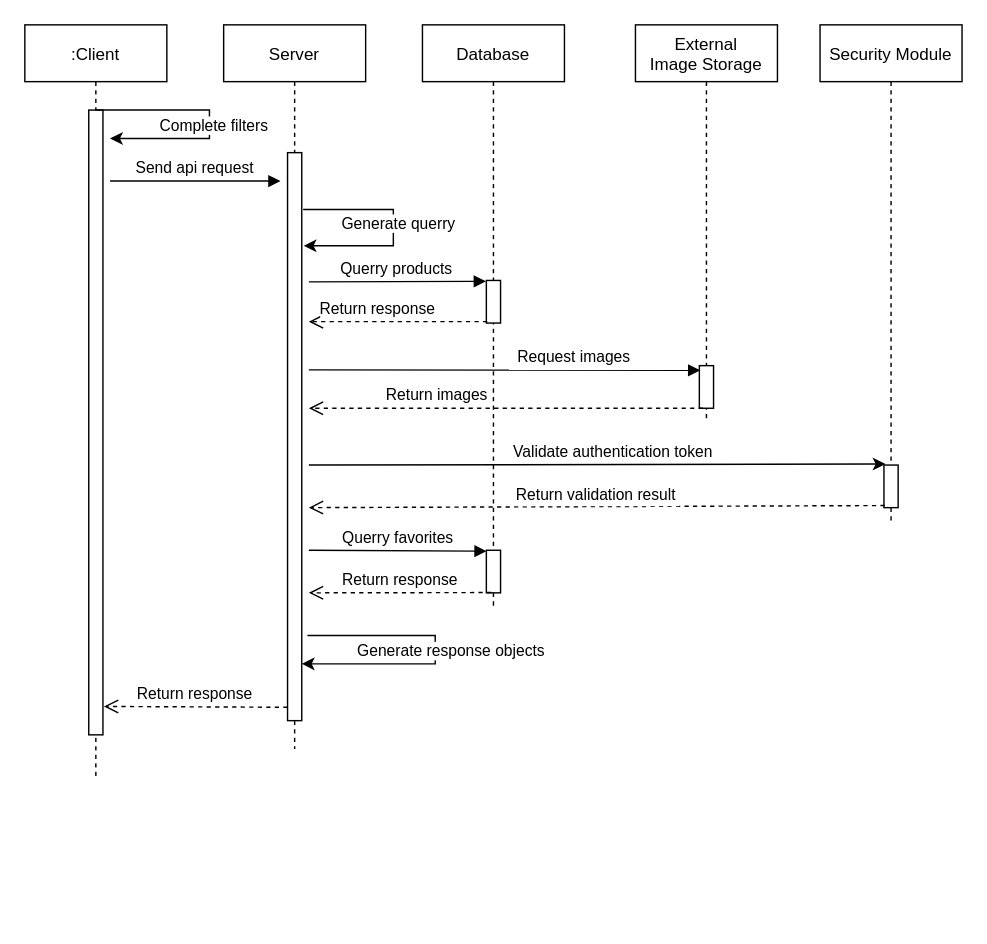
Earlier version of the draw.io diagram Diagrame/Sequence DIagram.drawio (sergiusergiu1234/licenta). Source tidied: cells renumbered, new cells numbered last; positions are measured from the earlier drawing's top-left corner, leaving out a move shared by most shapes. Both pictures are drawn from the tidied source at 142%, with x=0, y=0 at pixel (24, 24).
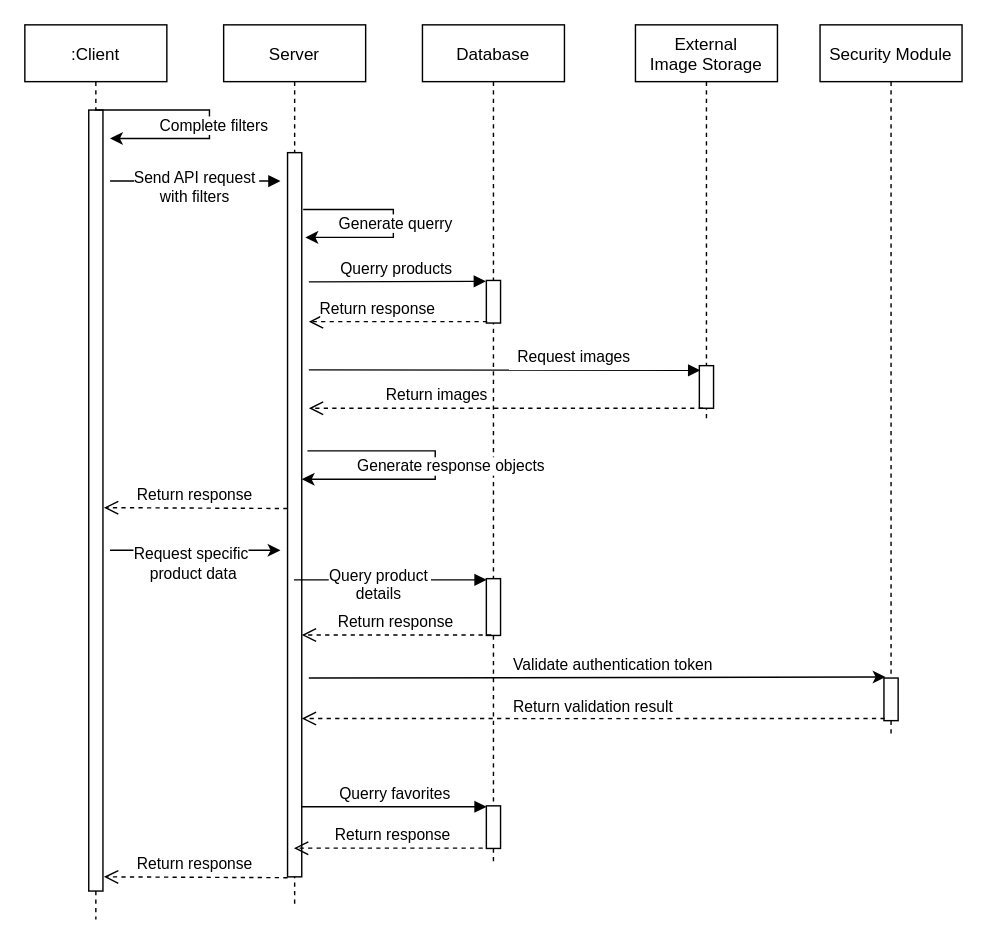
The same page after the edit.

Change to the diagram source:
```diff
@@
     <mxCell id="2" value=":Client" style="shape=umlLifeline;perimeter=lifelinePerimeter;rounded=0;shadow=0;strokeWidth=1;" parent="1" vertex="1">
-      <mxGeometry width="100" height="530" as="geometry" />
+      <mxGeometry width="100" height="630" as="geometry" />
     </mxCell>
     <mxCell id="3" style="perimeter=orthogonalPerimeter;rounded=0;shadow=0;strokeWidth=1;" parent="2" vertex="1">
-      <mxGeometry x="45" y="60" width="10" height="440" as="geometry" />
+      <mxGeometry x="45" y="60" width="10" height="550" as="geometry" />
     </mxCell>
@@
     <mxCell id="6" value="Server" style="shape=umlLifeline;perimeter=lifelinePerimeter;rounded=0;shadow=0;strokeWidth=1;" parent="1" vertex="1">
-      <mxGeometry x="140" width="100" height="510" as="geometry" />
+      <mxGeometry x="140" width="100" height="620" as="geometry" />
     </mxCell>
     <mxCell id="7" style="points=[];perimeter=orthogonalPerimeter;rounded=0;shadow=0;strokeWidth=1;" parent="6" vertex="1">
-      <mxGeometry x="45" y="90" width="10" height="400" as="geometry" />
+      <mxGeometry x="45" y="90" width="10" height="510" as="geometry" />
     </mxCell>
-    <mxCell id="8" style="endArrow=classic;html=1;rounded=0;entryX=1.134;entryY=0.164;entryDx=0;entryDy=0;entryPerimeter=0;edgeStyle=elbowEdgeStyle;" parent="6" edge="1" target="7">
+    <mxCell id="8" style="endArrow=classic;html=1;rounded=0;entryX=1.26;entryY=0.117;entryDx=0;entryDy=0;entryPerimeter=0;edgeStyle=elbowEdgeStyle;" parent="6" edge="1" target="7">
       <mxGeometry relative="1" as="geometry">
         <mxPoint x="56" y="130" as="sourcePoint" />
         <Array as="points">
           <mxPoint x="119.5" y="108.8" />
           <mxPoint x="119.5" y="118.8" />
           <mxPoint x="79.5" y="118.8" />
         </Array>
       </mxGeometry>
     </mxCell>
@@
-    <mxCell id="10" style="endArrow=classic;html=1;rounded=0;edgeStyle=elbowEdgeStyle;" parent="6" edge="1">
-      <mxGeometry relative="1" as="geometry">
-        <mxPoint x="59" y="430" as="sourcePoint" />
-        <mxPoint x="55" y="450" as="targetPoint" />
-        <Array as="points">
-          <mxPoint x="149" y="430" />
-          <mxPoint x="159" y="440" />
-          <mxPoint x="159" y="420" />
-        </Array>
-      </mxGeometry>
-    </mxCell>
-    <mxCell id="11" value="Generate response objects" style="edgeLabel;html=1;align=center;verticalAlign=middle;" parent="10" vertex="1">
-      <mxGeometry x="-0.45" y="-1" relative="1" as="geometry">
-        <mxPoint x="44" y="9" as="offset" />
-      </mxGeometry>
-    </mxCell>
     <mxCell id="12" value="Return response" style="verticalAlign=bottom;endArrow=open;dashed=1;endSize=8;shadow=0;strokeWidth=1;exitX=0.067;exitY=0.783;exitDx=0;exitDy=0;exitPerimeter=0;entryX=1.134;entryY=0.832;entryDx=0;entryDy=0;entryPerimeter=0;" parent="6" edge="1">
       <mxGeometry relative="1" as="geometry">
-        <mxPoint x="45" y="480.6" as="sourcePoint" />
-        <mxPoint x="-84.3" y="480" as="targetPoint" />
+        <mxPoint x="45" y="340.6" as="sourcePoint" />
+        <mxPoint x="-84.3" y="340" as="targetPoint" />
       </mxGeometry>
     </mxCell>
+    <mxCell id="30" value="Return response" style="verticalAlign=bottom;endArrow=open;dashed=1;endSize=8;shadow=0;strokeWidth=1;exitX=0.067;exitY=0.783;exitDx=0;exitDy=0;exitPerimeter=0;entryX=1.134;entryY=0.832;entryDx=0;entryDy=0;entryPerimeter=0;" parent="6" edge="1">
+      <mxGeometry relative="1" as="geometry">
+        <mxPoint x="45" y="600.6" as="sourcePoint" />
+        <mxPoint x="-84.3" y="600" as="targetPoint" />
+      </mxGeometry>
+    </mxCell>
     <mxCell id="13" value="Database" style="shape=umlLifeline;perimeter=lifelinePerimeter;rounded=0;shadow=0;strokeWidth=1;" parent="1" vertex="1">
-      <mxGeometry x="280" width="100" height="410" as="geometry" />
+      <mxGeometry x="280" width="100" height="590" as="geometry" />
     </mxCell>
@@
-    <mxCell id="15" style="points=[];perimeter=orthogonalPerimeter;rounded=0;shadow=0;strokeWidth=1;" parent="13" vertex="1">
-      <mxGeometry x="45" y="370" width="10" height="30" as="geometry" />
-    </mxCell>
+    <mxCell id="31" style="points=[];perimeter=orthogonalPerimeter;rounded=0;shadow=0;strokeWidth=1;" parent="13" vertex="1">
+      <mxGeometry x="45" y="390" width="10" height="40" as="geometry" />
+    </mxCell>
@@
     <mxCell id="20" value="Security Module" style="shape=umlLifeline;perimeter=lifelinePerimeter;rounded=0;shadow=0;strokeWidth=1;" parent="1" vertex="1">
-      <mxGeometry x="560" width="100" height="350" as="geometry" />
+      <mxGeometry x="560" width="100" height="500" as="geometry" />
     </mxCell>
     <mxCell id="21" style="points=[];perimeter=orthogonalPerimeter;rounded=0;shadow=0;strokeWidth=1;" parent="20" vertex="1">
-      <mxGeometry x="45" y="310" width="10" height="30" as="geometry" />
+      <mxGeometry x="45" y="460" width="10" height="30" as="geometry" />
     </mxCell>
     <mxCell id="22" style="endArrow=classic;html=1;rounded=0;entryX=0.109;entryY=-0.024;entryDx=0;entryDy=0;entryPerimeter=0;" parent="1" edge="1" target="21">
       <mxGeometry relative="1" as="geometry">
-        <mxPoint x="200" y="310" as="sourcePoint" />
+        <mxPoint x="200" y="460" as="sourcePoint" />
       </mxGeometry>
     </mxCell>
@@
-    <mxCell id="24" value="Return response" style="verticalAlign=bottom;endArrow=open;dashed=1;endSize=8;shadow=0;strokeWidth=1;exitX=0.346;exitY=0.993;exitDx=0;exitDy=0;exitPerimeter=0;" parent="1" edge="1" source="15">
-      <mxGeometry relative="1" as="geometry">
-        <mxPoint x="200" y="400" as="targetPoint" />
-      </mxGeometry>
+    <mxCell id="24" value="Return response" style="verticalAlign=bottom;endArrow=open;dashed=1;endSize=8;shadow=0;strokeWidth=1;exitX=0.346;exitY=0.993;exitDx=0;exitDy=0;exitPerimeter=0;" parent="1" edge="1" source="15" target="6">
+      <mxGeometry relative="1" as="geometry" />
     </mxCell>
-    <mxCell id="25" value="Querry favorites" style="verticalAlign=bottom;endArrow=block;shadow=0;strokeWidth=1;entryX=0.016;entryY=0.021;entryDx=0;entryDy=0;entryPerimeter=0;" parent="1" edge="1" target="15">
-      <mxGeometry x="0.01" relative="1" as="geometry">
-        <mxPoint x="200" y="370" as="sourcePoint" />
-      </mxGeometry>
+    <mxCell id="25" value="Querry favorites" style="verticalAlign=bottom;endArrow=block;shadow=0;strokeWidth=1;entryX=0.016;entryY=0.021;entryDx=0;entryDy=0;entryPerimeter=0;" parent="1" edge="1" source="7" target="15">
+      <mxGeometry x="0.01" relative="1" as="geometry" />
     </mxCell>
@@
-    <mxCell id="27" value="Return validation result" style="verticalAlign=bottom;endArrow=open;dashed=1;endSize=8;shadow=0;strokeWidth=1;exitX=0.053;exitY=0.951;exitDx=0;exitDy=0;exitPerimeter=0;" parent="1" edge="1" source="21">
-      <mxGeometry y="1" relative="1" as="geometry">
-        <mxPoint x="200" y="340" as="targetPoint" />
-      </mxGeometry>
+    <mxCell id="27" value="Return validation result" style="verticalAlign=bottom;endArrow=open;dashed=1;endSize=8;shadow=0;strokeWidth=1;exitX=0.053;exitY=0.951;exitDx=0;exitDy=0;exitPerimeter=0;" parent="1" edge="1" source="21" target="7">
+      <mxGeometry y="1" relative="1" as="geometry" />
     </mxCell>
-    <mxCell id="28" value="Send api request" style="verticalAlign=bottom;endArrow=block;shadow=0;strokeWidth=1;" parent="1" edge="1">
-      <mxGeometry relative="1" as="geometry">
+    <mxCell id="28" value="Send API request &#10;with filters" style="verticalAlign=bottom;endArrow=block;shadow=0;strokeWidth=1;" parent="1" edge="1">
+      <mxGeometry y="-20" relative="1" as="geometry">
         <mxPoint x="60" y="110" as="sourcePoint" />
         <mxPoint x="180" y="110" as="targetPoint" />
       </mxGeometry>
     </mxCell>
@@
+    <mxCell id="10" style="endArrow=classic;html=1;rounded=0;edgeStyle=elbowEdgeStyle;" parent="1" edge="1">
+      <mxGeometry relative="1" as="geometry">
+        <mxPoint x="199" y="300" as="sourcePoint" />
+        <mxPoint x="195" y="320" as="targetPoint" />
+        <Array as="points">
+          <mxPoint x="289" y="300" />
+          <mxPoint x="299" y="310" />
+          <mxPoint x="299" y="290" />
+        </Array>
+      </mxGeometry>
+    </mxCell>
+    <mxCell id="11" value="Generate response objects" style="edgeLabel;html=1;align=center;verticalAlign=middle;" parent="10" vertex="1">
+      <mxGeometry x="-0.45" y="-1" relative="1" as="geometry">
+        <mxPoint x="44" y="9" as="offset" />
+      </mxGeometry>
+    </mxCell>
+    <mxCell id="32" style="endArrow=classic;html=1;rounded=0;" parent="1" edge="1">
+      <mxGeometry relative="1" as="geometry">
+        <mxPoint x="60" y="370" as="sourcePoint" />
+        <mxPoint x="180" y="370" as="targetPoint" />
+      </mxGeometry>
+    </mxCell>
+    <mxCell id="33" value="Request specific&lt;br&gt;&amp;nbsp;product data" style="edgeLabel;html=1;align=center;verticalAlign=middle;" parent="32" vertex="1">
+      <mxGeometry x="0.26" y="-1" relative="1" as="geometry">
+        <mxPoint x="-20" y="8" as="offset" />
+      </mxGeometry>
+    </mxCell>
+    <mxCell id="34" value="Return response" style="verticalAlign=bottom;endArrow=open;dashed=1;endSize=8;shadow=0;strokeWidth=1;exitX=0.346;exitY=0.993;exitDx=0;exitDy=0;exitPerimeter=0;" parent="1" edge="1" source="31" target="7">
+      <mxGeometry relative="1" as="geometry" />
+    </mxCell>
+    <mxCell id="35" value="Query product&#10;details" style="verticalAlign=bottom;endArrow=block;shadow=0;strokeWidth=1;entryX=0.016;entryY=0.021;entryDx=0;entryDy=0;entryPerimeter=0;" parent="1" edge="1" source="6" target="31">
+      <mxGeometry x="-0.11" y="-19" relative="1" as="geometry" />
+    </mxCell>
+    <mxCell id="15" style="points=[];perimeter=orthogonalPerimeter;rounded=0;shadow=0;strokeWidth=1;" parent="1" vertex="1">
+      <mxGeometry x="325" y="550" width="10" height="30" as="geometry" />
+    </mxCell>
```
